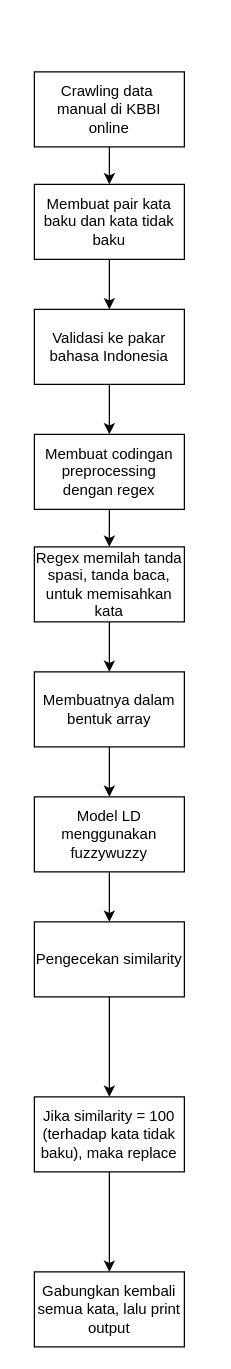
Earlier version of the draw.io diagram Untitled Diagram.drawio (jezreelkosasih/diagram). Source tidied: cells renumbered, new cells numbered last; positions are measured from the earlier drawing's top-left corner, leaving out a move shared by most shapes. Both pictures are drawn from the tidied source at 125%, with x=0, y=0 at pixel (34, 71).
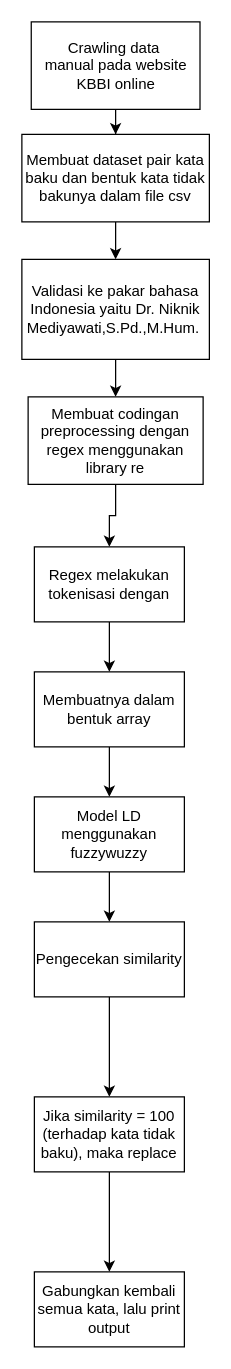
Above is the later version.

Change to the diagram source:
```diff
@@
-    <mxCell id="3" value="Crawling data&amp;nbsp;&lt;div&gt;manual di KBBI online&lt;/div&gt;" style="rounded=0;whiteSpace=wrap;html=1;" parent="1" vertex="1">
-      <mxGeometry width="120" height="60" as="geometry" />
+    <mxCell id="3" value="Crawling data&amp;nbsp;&lt;div&gt;manual pada website KBBI online&lt;/div&gt;" style="rounded=0;whiteSpace=wrap;html=1;" parent="1" vertex="1">
+      <mxGeometry x="-2.5" y="-40" width="135" height="70" as="geometry" />
     </mxCell>
@@
-    <mxCell id="5" value="Membuat pair kata baku dan kata tidak baku" style="rounded=0;whiteSpace=wrap;html=1;" parent="1" vertex="1">
-      <mxGeometry y="90" width="120" height="60" as="geometry" />
+    <mxCell id="5" value="Membuat dataset pair kata baku dan bentuk kata tidak bakunya dalam file csv" style="rounded=0;whiteSpace=wrap;html=1;" parent="1" vertex="1">
+      <mxGeometry x="-10" y="50" width="150" height="70" as="geometry" />
     </mxCell>
@@
-    <mxCell id="7" value="Validasi ke pakar bahasa Indonesia" style="rounded=0;whiteSpace=wrap;html=1;" parent="1" vertex="1">
-      <mxGeometry y="190" width="120" height="60" as="geometry" />
+    <mxCell id="7" value="Validasi ke pakar bahasa Indonesia yaitu Dr. Niknik Mediyawati,S.Pd.,M.Hum.&amp;nbsp;" style="rounded=0;whiteSpace=wrap;html=1;" parent="1" vertex="1">
+      <mxGeometry x="-10" y="150" width="150" height="80" as="geometry" />
     </mxCell>
@@
-    <mxCell id="9" value="Membuat codingan preprocessing dengan regex" style="rounded=0;whiteSpace=wrap;html=1;" parent="1" vertex="1">
-      <mxGeometry y="290" width="120" height="60" as="geometry" />
+    <mxCell id="9" value="Membuat codingan preprocessing dengan regex menggunakan library re" style="rounded=0;whiteSpace=wrap;html=1;" parent="1" vertex="1">
+      <mxGeometry x="-5" y="260" width="140" height="70" as="geometry" />
     </mxCell>
@@
-    <mxCell id="11" value="Regex memilah tanda spasi, tanda baca, untuk memisahkan kata" style="rounded=0;whiteSpace=wrap;html=1;" parent="1" vertex="1">
+    <mxCell id="11" value="Regex melakukan tokenisasi dengan" style="rounded=0;whiteSpace=wrap;html=1;" parent="1" vertex="1">
       <mxGeometry y="380" width="120" height="60" as="geometry" />
     </mxCell>
```
